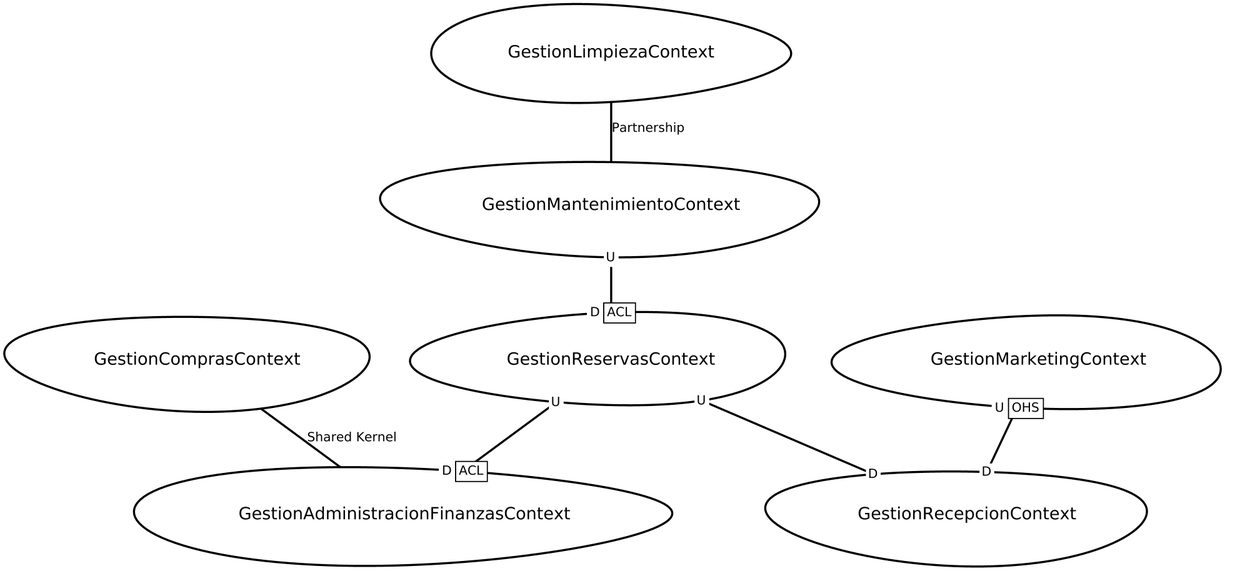
Before: src-gen/hotelNila_ContextMap.png, a diagram exported from Graphviz (AndersonDietrich/HotelVacacional). Its source is kept beside it as src-gen/hotelNila_ContextMap.gv.
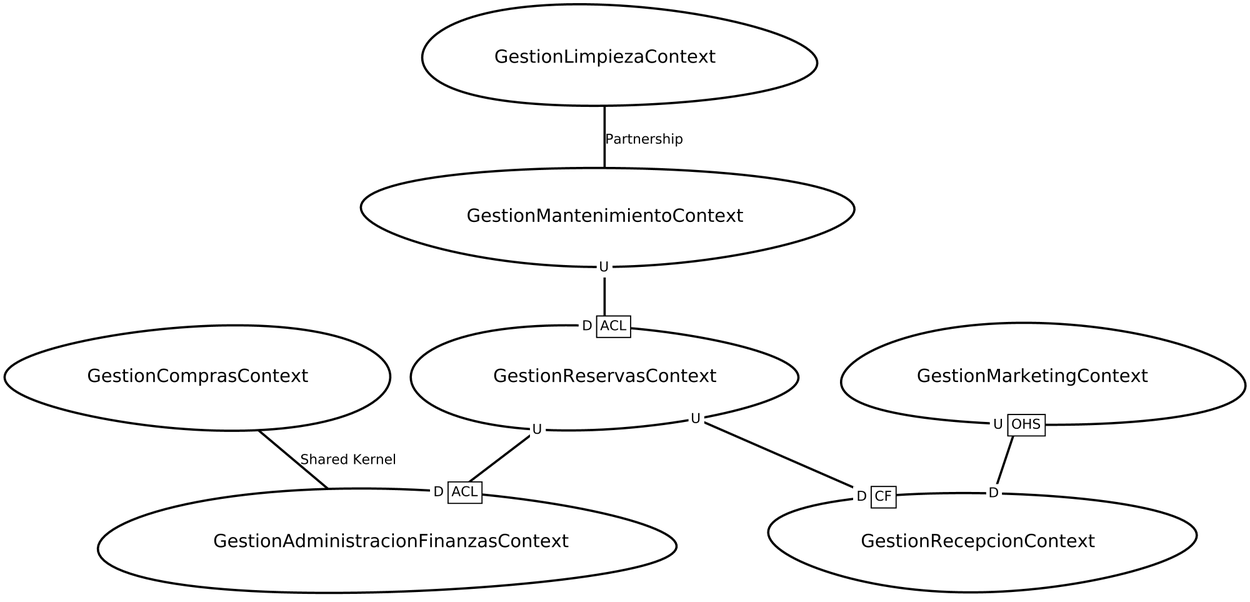
After the commit.

Diff of the diagram source:
```diff
@@ -1,12 +1,12 @@
 digraph "ContextMapGraph" {
 graph ["imagepath"="/tmp/GraphvizJava"]
-"GestionAdministracionFinanzasContext" ["margin"="0.3","orientation"="261","shape"="egg","fontsize"="16","style"="bold","label"="GestionAdministracionFinanzasContext\n","fontname"="sans-serif"]
-"GestionComprasContext" ["margin"="0.3","orientation"="18","shape"="egg","fontsize"="16","style"="bold","label"="GestionComprasContext\n","fontname"="sans-serif"]
-"GestionLimpiezaContext" ["margin"="0.3","orientation"="190","shape"="egg","fontsize"="16","style"="bold","label"="GestionLimpiezaContext\n","fontname"="sans-serif"]
-"GestionMantenimientoContext" ["margin"="0.3","orientation"="48","shape"="egg","fontsize"="16","style"="bold","label"="GestionMantenimientoContext\n","fontname"="sans-serif"]
-"GestionReservasContext" ["margin"="0.3","orientation"="197","shape"="egg","fontsize"="16","style"="bold","label"="GestionReservasContext\n","fontname"="sans-serif"]
-"GestionRecepcionContext" ["margin"="0.3","orientation"="265","shape"="egg","fontsize"="16","style"="bold","label"="GestionRecepcionContext\n","fontname"="sans-serif"]
-"GestionMarketingContext" ["margin"="0.3","orientation"="251","shape"="egg","fontsize"="16","style"="bold","label"="GestionMarketingContext\n","fontname"="sans-serif"]
+"GestionAdministracionFinanzasContext" ["margin"="0.3","orientation"="208","shape"="egg","fontsize"="16","style"="bold","label"="GestionAdministracionFinanzasContext\n","fontname"="sans-serif"]
+"GestionComprasContext" ["margin"="0.3","orientation"="329","shape"="egg","fontsize"="16","style"="bold","label"="GestionComprasContext\n","fontname"="sans-serif"]
+"GestionLimpiezaContext" ["margin"="0.3","orientation"="233","shape"="egg","fontsize"="16","style"="bold","label"="GestionLimpiezaContext\n","fontname"="sans-serif"]
+"GestionMantenimientoContext" ["margin"="0.3","orientation"="254","shape"="egg","fontsize"="16","style"="bold","label"="GestionMantenimientoContext\n","fontname"="sans-serif"]
+"GestionReservasContext" ["margin"="0.3","orientation"="163","shape"="egg","fontsize"="16","style"="bold","label"="GestionReservasContext\n","fontname"="sans-serif"]
+"GestionRecepcionContext" ["margin"="0.3","orientation"="59","shape"="egg","fontsize"="16","style"="bold","label"="GestionRecepcionContext\n","fontname"="sans-serif"]
+"GestionMarketingContext" ["margin"="0.3","orientation"="131","shape"="egg","fontsize"="16","style"="bold","label"="GestionMarketingContext\n","fontname"="sans-serif"]
 "GestionComprasContext" -> "GestionAdministracionFinanzasContext" ["fontsize"="12","style"="bold","label"="Shared Kernel","dir"="none","fontname"="sans-serif"]
 "GestionLimpiezaContext" -> "GestionMantenimientoContext" ["fontsize"="12","style"="bold","label"="Partnership","dir"="none","fontname"="sans-serif"]
 "GestionMantenimientoContext" -> "GestionReservasContext" ["headlabel"=<<table cellspacing="0" cellborder="1" border="0">
@@ -14,13 +14,13 @@
 </table>>,"labeldistance"="0","fontsize"="12","taillabel"=<<table cellspacing="0" cellborder="0" border="0">
 <tr><td bgcolor="white">U</td></tr>
 </table>>,"style"="bold","label"="                                        ","dir"="none","fontname"="sans-serif"]
-"GestionReservasContext" -> "GestionRecepcionContext" ["headlabel"=<<table cellspacing="0" cellborder="0" border="0">
-<tr><td bgcolor="white">D</td></tr>
+"GestionReservasContext" -> "GestionAdministracionFinanzasContext" ["headlabel"=<<table cellspacing="0" cellborder="1" border="0">
+<tr><td bgcolor="white" sides="r">D</td><td sides="trbl" bgcolor="white"><font>ACL</font></td></tr>
 </table>>,"labeldistance"="0","fontsize"="12","taillabel"=<<table cellspacing="0" cellborder="0" border="0">
 <tr><td bgcolor="white">U</td></tr>
 </table>>,"style"="bold","label"="                                        ","dir"="none","fontname"="sans-serif"]
-"GestionReservasContext" -> "GestionAdministracionFinanzasContext" ["headlabel"=<<table cellspacing="0" cellborder="1" border="0">
-<tr><td bgcolor="white" sides="r">D</td><td sides="trbl" bgcolor="white"><font>ACL</font></td></tr>
+"GestionReservasContext" -> "GestionRecepcionContext" ["headlabel"=<<table cellspacing="0" cellborder="1" border="0">
+<tr><td bgcolor="white" sides="r">D</td><td sides="trbl" bgcolor="white"><font>CF</font></td></tr>
 </table>>,"labeldistance"="0","fontsize"="12","taillabel"=<<table cellspacing="0" cellborder="0" border="0">
 <tr><td bgcolor="white">U</td></tr>
 </table>>,"style"="bold","label"="                                        ","dir"="none","fontname"="sans-serif"]
```
